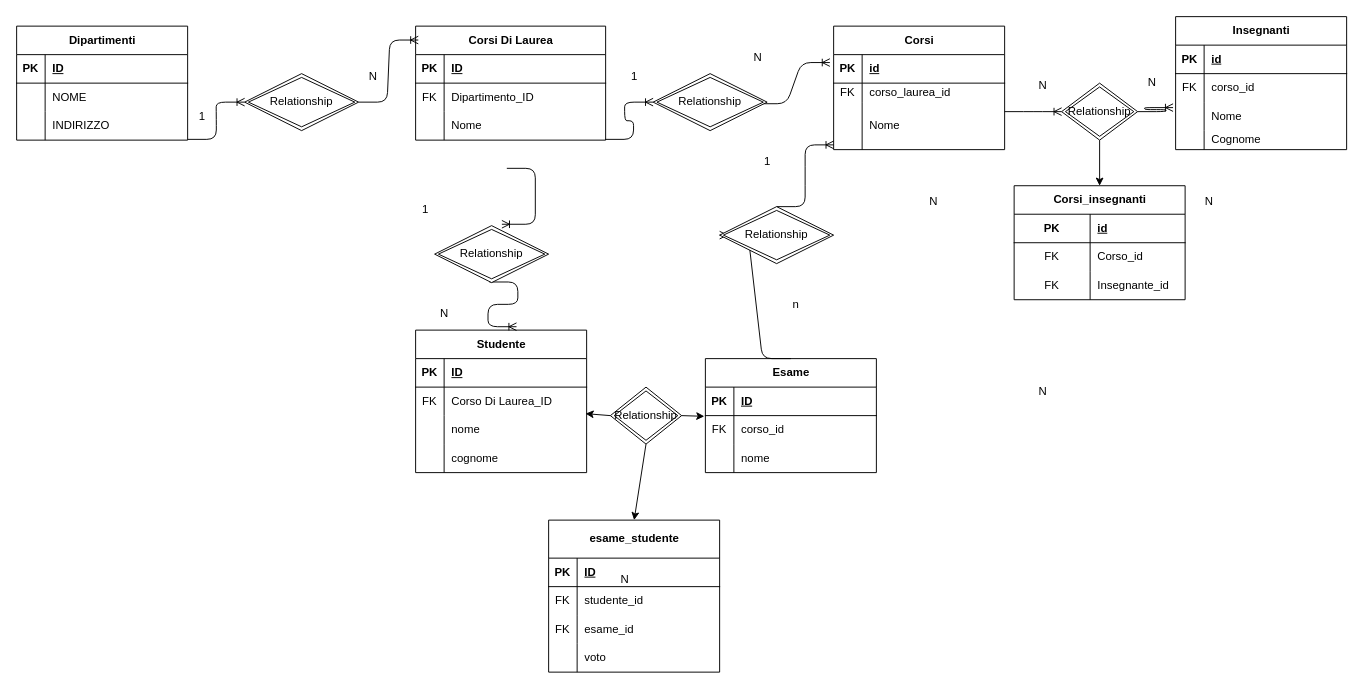
This is Università.drawio from UmbertoCarbone/db-university, a draw.io file, before an edit. Source tidied: cells renumbered, new cells numbered last; positions are measured from the earlier drawing's top-left corner, leaving out a move shared by most shapes. Both pictures are drawn from the tidied source at 95%, with x=0, y=0 at pixel (16, 16).
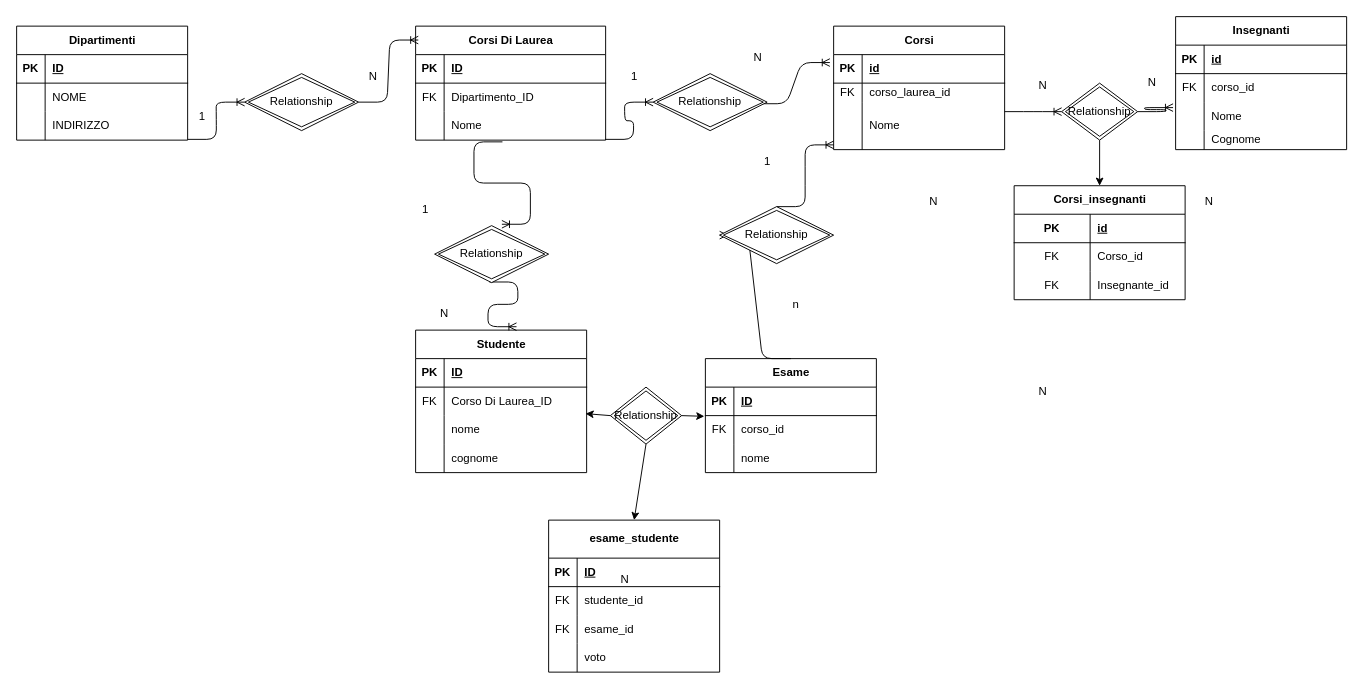
Above is the later version.

The change refers to these unchanged cells:
```xml
<mxCell id="19" style="shape=tableRow;horizontal=0;startSize=0;swimlaneHead=0;swimlaneBody=0;fillColor=none;points=[[0,0.5],[1,0.5]];portConstraint=eastwest;top=0;left=0;right=0;bottom=0;" parent="12" vertex="1">
  <mxGeometry y="90" width="200" height="30" as="geometry" />
</mxCell>
<mxCell id="112" value="Relationship" style="shape=rhombus;double=1;perimeter=rhombusPerimeter;whiteSpace=wrap;html=1;align=center;" parent="1" vertex="1">
  <mxGeometry x="440" y="220" width="120" height="60" as="geometry" />
</mxCell>
```

Diff of the diagram source:
```diff
@@
-    <mxCell id="111" style="edgeStyle=entityRelationEdgeStyle;fontSize=12;html=1;endArrow=ERoneToMany;exitX=0.48;exitY=0.989;exitDx=0;exitDy=0;exitPerimeter=0;entryX=0.59;entryY=-0.024;entryDx=0;entryDy=0;entryPerimeter=0;" parent="1" edge="1" target="112">
-      <mxGeometry relative="1" as="geometry">
-        <mxPoint x="516" y="159.7" as="sourcePoint" />
-      </mxGeometry>
+    <mxCell id="111" style="edgeStyle=entityRelationEdgeStyle;fontSize=12;html=1;endArrow=ERoneToMany;entryX=0.59;entryY=-0.024;entryDx=0;entryDy=0;entryPerimeter=0;exitX=0.457;exitY=1.061;exitDx=0;exitDy=0;exitPerimeter=0;" parent="1" edge="1" source="19" target="112">
+      <mxGeometry relative="1" as="geometry" />
     </mxCell>
```
